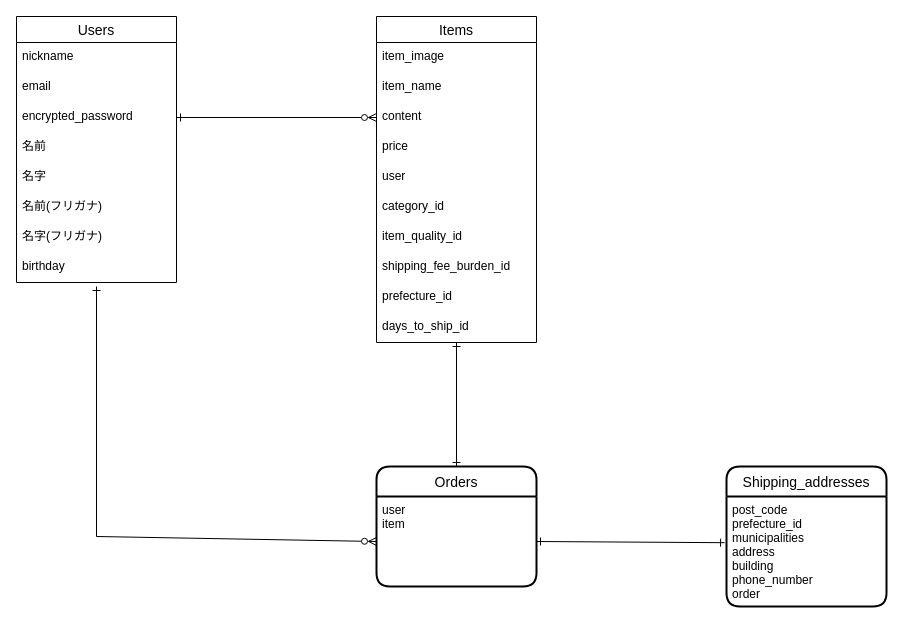
Before: furima-37207.dio in fudoakira/furima-37207, a draw.io diagram. Source tidied: cells renumbered, new cells numbered last; positions are measured from the earlier drawing's top-left corner, leaving out a move shared by most shapes. Both pictures are drawn from the tidied source at 100%, with x=0, y=0 at pixel (16, 16).
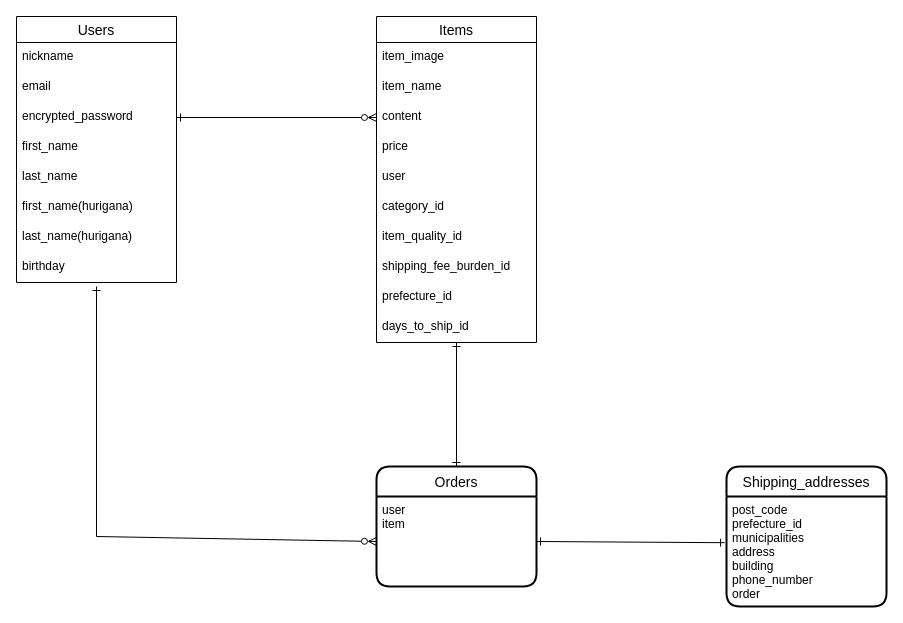
After the change.

The change refers to these unchanged cells:
```xml
<mxCell id="2" value="Users" style="swimlane;fontStyle=0;horizontal=1;startSize=26;align=center;fontSize=14;" parent="1" vertex="1">
  <mxGeometry width="160" height="266" as="geometry" />
</mxCell>
```

Change to the diagram source:
```diff
@@
-    <mxCell id="6" value="名前" style="text;strokeColor=none;fillColor=none;spacingLeft=4;spacingRight=4;overflow=hidden;fontSize=12;" parent="2" vertex="1">
+    <mxCell id="6" value="first_name" style="text;strokeColor=none;fillColor=none;spacingLeft=4;spacingRight=4;overflow=hidden;fontSize=12;" parent="2" vertex="1">
       <mxGeometry y="116" width="160" height="30" as="geometry" />
     </mxCell>
-    <mxCell id="7" value="名字" style="text;strokeColor=none;fillColor=none;spacingLeft=4;spacingRight=4;overflow=hidden;fontSize=12;" parent="2" vertex="1">
+    <mxCell id="7" value="last_name" style="text;strokeColor=none;fillColor=none;spacingLeft=4;spacingRight=4;overflow=hidden;fontSize=12;" parent="2" vertex="1">
       <mxGeometry y="146" width="160" height="30" as="geometry" />
     </mxCell>
-    <mxCell id="8" value="名前(フリガナ)" style="text;strokeColor=none;fillColor=none;spacingLeft=4;spacingRight=4;overflow=hidden;fontSize=12;" parent="2" vertex="1">
+    <mxCell id="8" value="first_name(hurigana)" style="text;strokeColor=none;fillColor=none;spacingLeft=4;spacingRight=4;overflow=hidden;fontSize=12;" parent="2" vertex="1">
       <mxGeometry y="176" width="160" height="30" as="geometry" />
     </mxCell>
-    <mxCell id="9" value="名字(フリガナ)" style="text;strokeColor=none;fillColor=none;spacingLeft=4;spacingRight=4;overflow=hidden;fontSize=12;" parent="2" vertex="1">
+    <mxCell id="9" value="last_name(hurigana)" style="text;strokeColor=none;fillColor=none;spacingLeft=4;spacingRight=4;overflow=hidden;fontSize=12;" parent="2" vertex="1">
       <mxGeometry y="206" width="160" height="30" as="geometry" />
     </mxCell>
```
